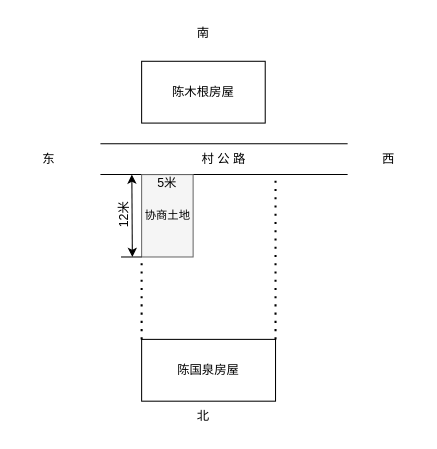
The draw.io diagram 未命名绘图.drawio in maye1115/envision, before the edit. Source tidied: cells renumbered, new cells numbered last; positions are measured from the earlier drawing's top-left corner, leaving out a move shared by most shapes. Both pictures are drawn from the tidied source at 103%, with x=0, y=0 at pixel (18, 18).
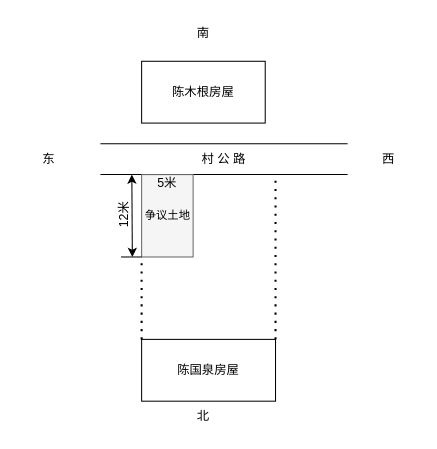
The same page after the edit.

Commit message (it also covers changes not shown here):
更新未命名绘图.drawio

Diff of the diagram source:
```diff
@@
-    <mxCell id="19" value="&lt;font style=&quot;font-size: 11px;&quot;&gt;协商土地&lt;/font&gt;" style="text;html=1;strokeColor=none;fillColor=none;align=center;verticalAlign=middle;whiteSpace=wrap;rounded=0;" parent="1" vertex="1">
+    <mxCell id="19" value="&lt;font style=&quot;font-size: 11px;&quot;&gt;争议土地&lt;/font&gt;" style="text;html=1;strokeColor=none;fillColor=none;align=center;verticalAlign=middle;whiteSpace=wrap;rounded=0;" parent="1" vertex="1">
       <mxGeometry x="117.5" y="180" width="55" height="24" as="geometry" />
     </mxCell>
```
